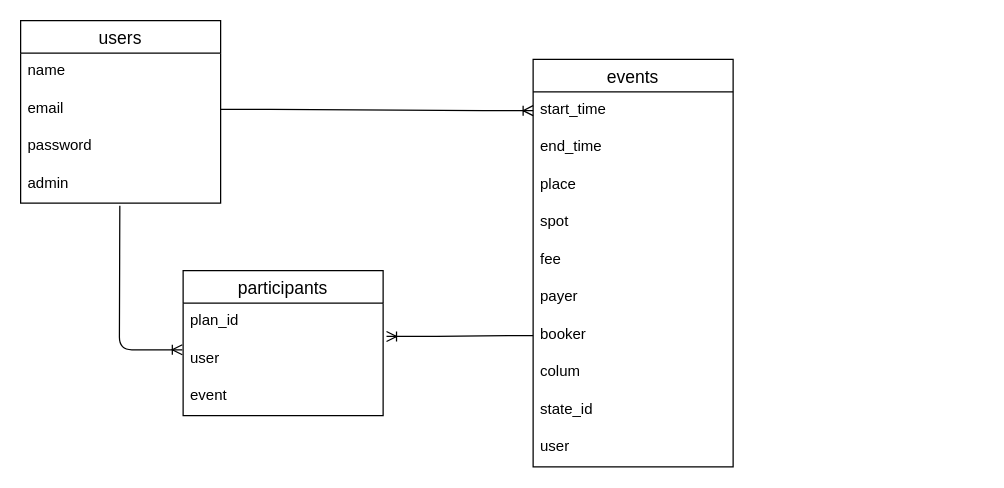
mimimuu/eventM_2 keeps this draw.io diagram as ER.dio. Above is the earlier version. Source tidied: cells renumbered, new cells numbered last; positions are measured from the earlier drawing's top-left corner, leaving out a move shared by most shapes. Both pictures are drawn from the tidied source at 125%, with x=0, y=0 at pixel (20, 20).
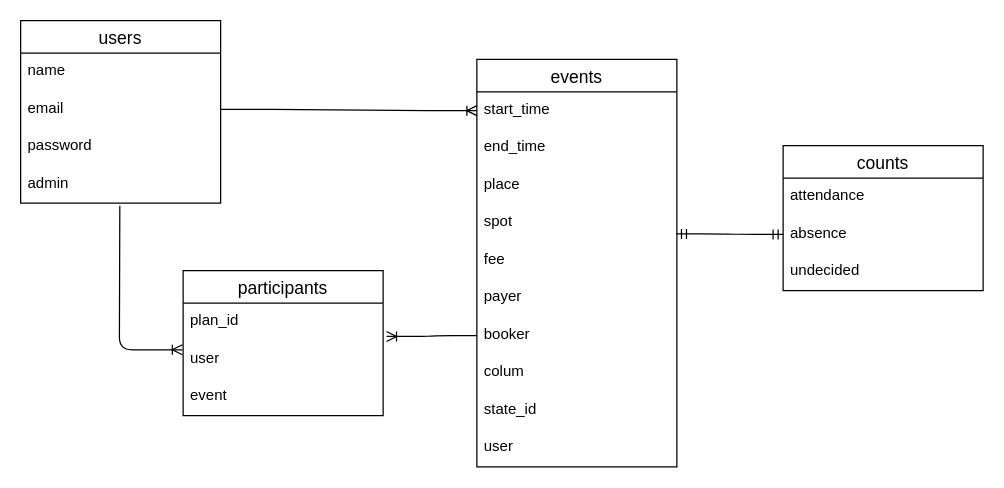
Above is the later version.

Unchanged cells that the change refers to:
```xml
<mxCell id="16" value="fee" style="text;strokeColor=none;fillColor=none;spacingLeft=4;spacingRight=4;overflow=hidden;points=[[0,0.5],[1,0.5]];portConstraint=eastwest;fontSize=12;" parent="11" vertex="1">
  <mxGeometry y="146" width="160" height="30" as="geometry" />
</mxCell>
```

Change to the diagram source:
```diff
@@
     <mxCell id="11" value="events" style="swimlane;fontStyle=0;horizontal=1;startSize=26;align=center;fontSize=14;" parent="1" vertex="1">
-      <mxGeometry x="410" y="31" width="160" height="326" as="geometry" />
+      <mxGeometry x="365" y="31" width="160" height="326" as="geometry" />
     </mxCell>
@@
+    <mxCell id="25" value="counts" style="swimlane;fontStyle=0;horizontal=1;startSize=26;align=center;fontSize=14;" parent="1" vertex="1">
+      <mxGeometry x="610" y="100" width="160" height="116" as="geometry" />
+    </mxCell>
+    <mxCell id="26" value="attendance" style="text;strokeColor=none;fillColor=none;spacingLeft=4;spacingRight=4;overflow=hidden;fontSize=12;" parent="25" vertex="1">
+      <mxGeometry y="26" width="160" height="30" as="geometry" />
+    </mxCell>
+    <mxCell id="27" value="absence" style="text;strokeColor=none;fillColor=none;spacingLeft=4;spacingRight=4;overflow=hidden;points=[[0,0.5],[1,0.5]];portConstraint=eastwest;fontSize=12;" parent="25" vertex="1">
+      <mxGeometry y="56" width="160" height="30" as="geometry" />
+    </mxCell>
+    <mxCell id="28" value="undecided" style="text;strokeColor=none;fillColor=none;spacingLeft=4;spacingRight=4;overflow=hidden;fontSize=12;" parent="25" vertex="1">
+      <mxGeometry y="86" width="160" height="30" as="geometry" />
+    </mxCell>
+    <mxCell id="29" style="edgeStyle=entityRelationEdgeStyle;fontSize=12;html=1;endArrow=ERmandOne;startArrow=ERmandOne;entryX=0;entryY=0.5;entryDx=0;entryDy=0;exitX=0.998;exitY=-0.211;exitDx=0;exitDy=0;exitPerimeter=0;" parent="1" edge="1" source="16" target="27">
+      <mxGeometry relative="1" as="geometry" />
+    </mxCell>
```
